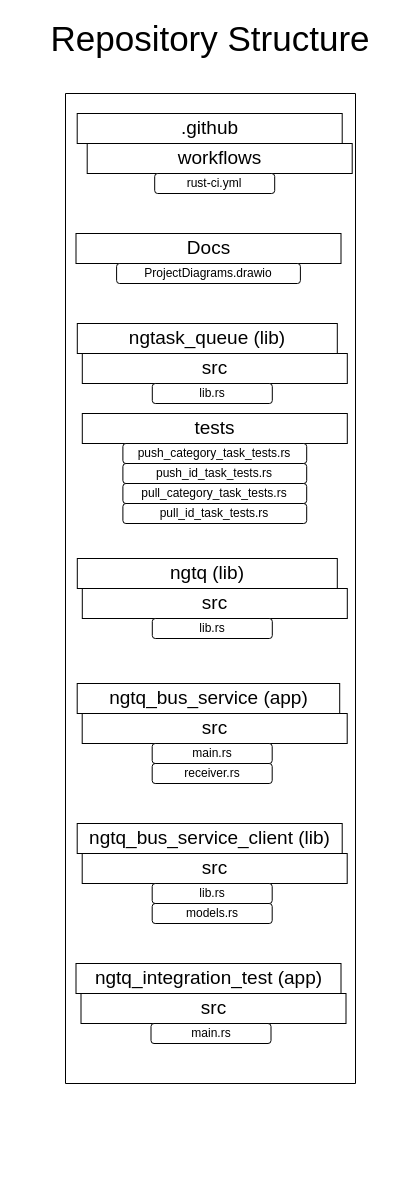
The draw.io diagram page "Repo Structure" (1 of 4) of Docs/ProjectDiagrams.drawio in NGDeveloper125/NGTQ_BusService, before the edit. Source tidied: cells renumbered, new cells numbered last; positions are measured from the earlier drawing's top-left corner, leaving out a move shared by most shapes. Both pictures are drawn from the tidied source at 100%, with x=0, y=0 at pixel (17, 23).
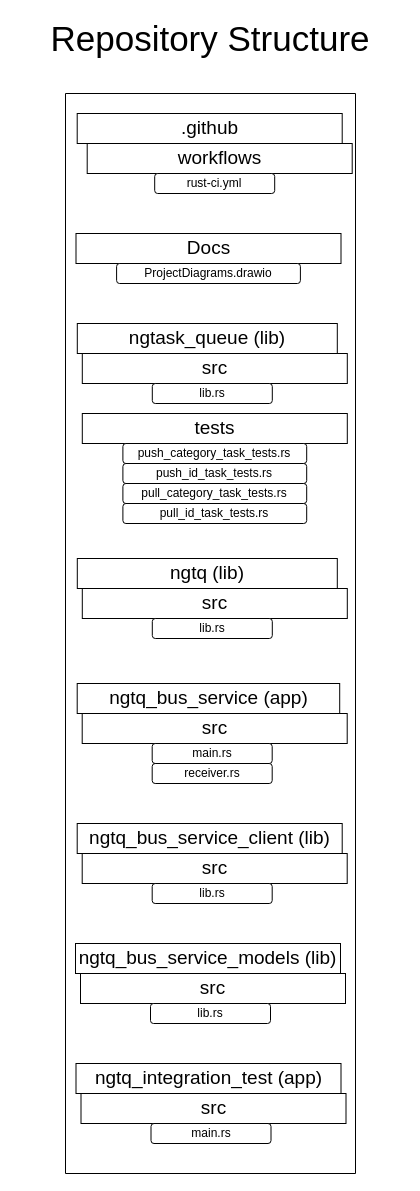
The same diagram, later.

Diff of the diagram source:
```diff
@@
     <mxCell id="2" style="swimlane;startSize=0;" parent="1" vertex="1">
-      <mxGeometry x="48" y="70" width="290" height="990" as="geometry" />
+      <mxGeometry x="48" y="70" width="290" height="1080" as="geometry" />
     </mxCell>
@@
     <mxCell id="6" value="ngtq_integration_test (app)" style="rounded=0;whiteSpace=wrap;html=1;fontSize=19;" parent="2" vertex="1">
-      <mxGeometry x="10.5" y="870" width="265" height="30" as="geometry" />
+      <mxGeometry x="10.5" y="970" width="265" height="30" as="geometry" />
     </mxCell>
@@
-    <mxCell id="14" value="models.rs" style="rounded=1;whiteSpace=wrap;html=1;" parent="2" vertex="1">
-      <mxGeometry x="86.7" y="810" width="120" height="20" as="geometry" />
-    </mxCell>
     <mxCell id="15" value="src" style="rounded=0;whiteSpace=wrap;html=1;fontSize=19;" parent="2" vertex="1">
-      <mxGeometry x="15.5" y="900" width="265" height="30" as="geometry" />
+      <mxGeometry x="15.5" y="1000" width="265" height="30" as="geometry" />
     </mxCell>
     <mxCell id="16" value="main.rs" style="rounded=1;whiteSpace=wrap;html=1;" parent="2" vertex="1">
-      <mxGeometry x="85.5" y="930" width="120" height="20" as="geometry" />
+      <mxGeometry x="85.5" y="1030" width="120" height="20" as="geometry" />
     </mxCell>
@@
+    <mxCell id="31" value="ngtq_bus_service_models (lib)" style="rounded=0;whiteSpace=wrap;html=1;fontSize=19;" parent="2" vertex="1">
+      <mxGeometry x="10" y="850" width="265" height="30" as="geometry" />
+    </mxCell>
+    <mxCell id="32" value="src" style="rounded=0;whiteSpace=wrap;html=1;fontSize=19;" parent="2" vertex="1">
+      <mxGeometry x="15" y="880" width="265" height="30" as="geometry" />
+    </mxCell>
+    <mxCell id="33" value="lib.rs" style="rounded=1;whiteSpace=wrap;html=1;" parent="2" vertex="1">
+      <mxGeometry x="85" y="910" width="120" height="20" as="geometry" />
+    </mxCell>
```
